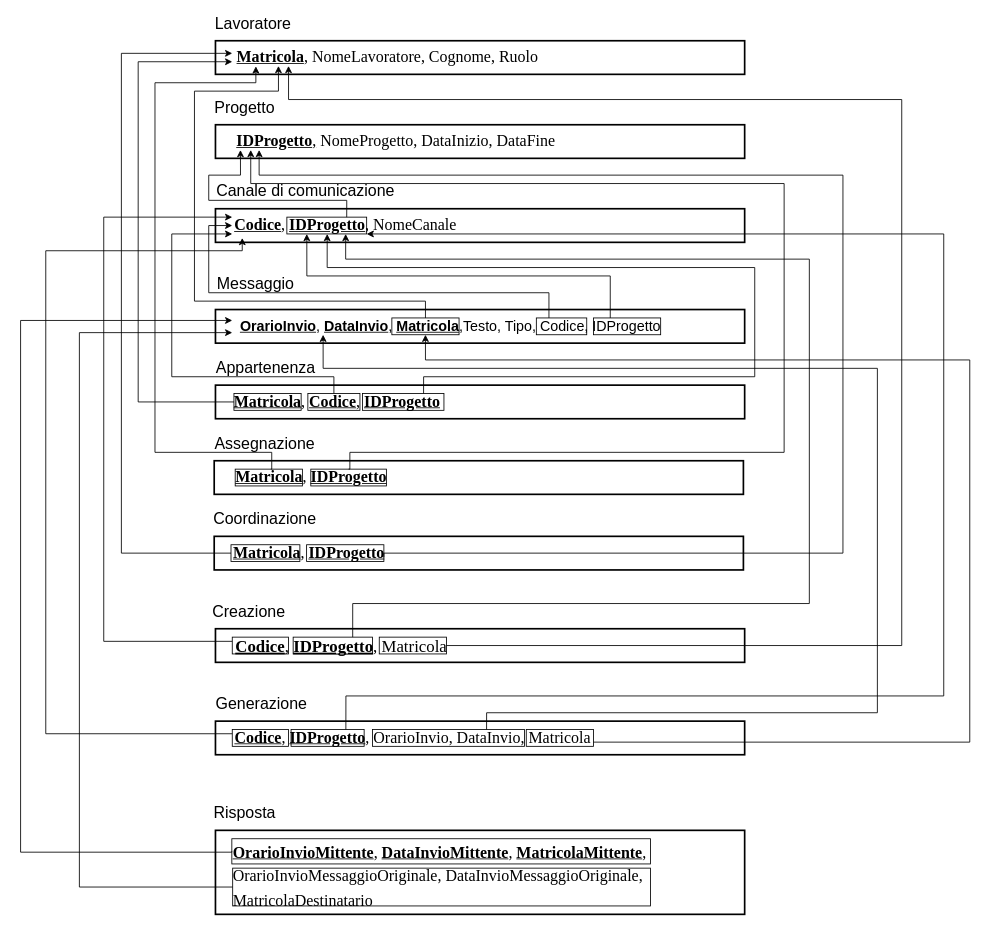
Before: page "Modello relazionale" (8 of 8) of Relazione/Schema ER/scheletro.drawio in martafra/BD-Chat-Multicanale, a draw.io diagram. Source tidied: cells renumbered, new cells numbered last; positions are measured from the earlier drawing's top-left corner, leaving out a move shared by most shapes. Both pictures are drawn from the tidied source at 84%, with x=0, y=0 at pixel (20, 15).
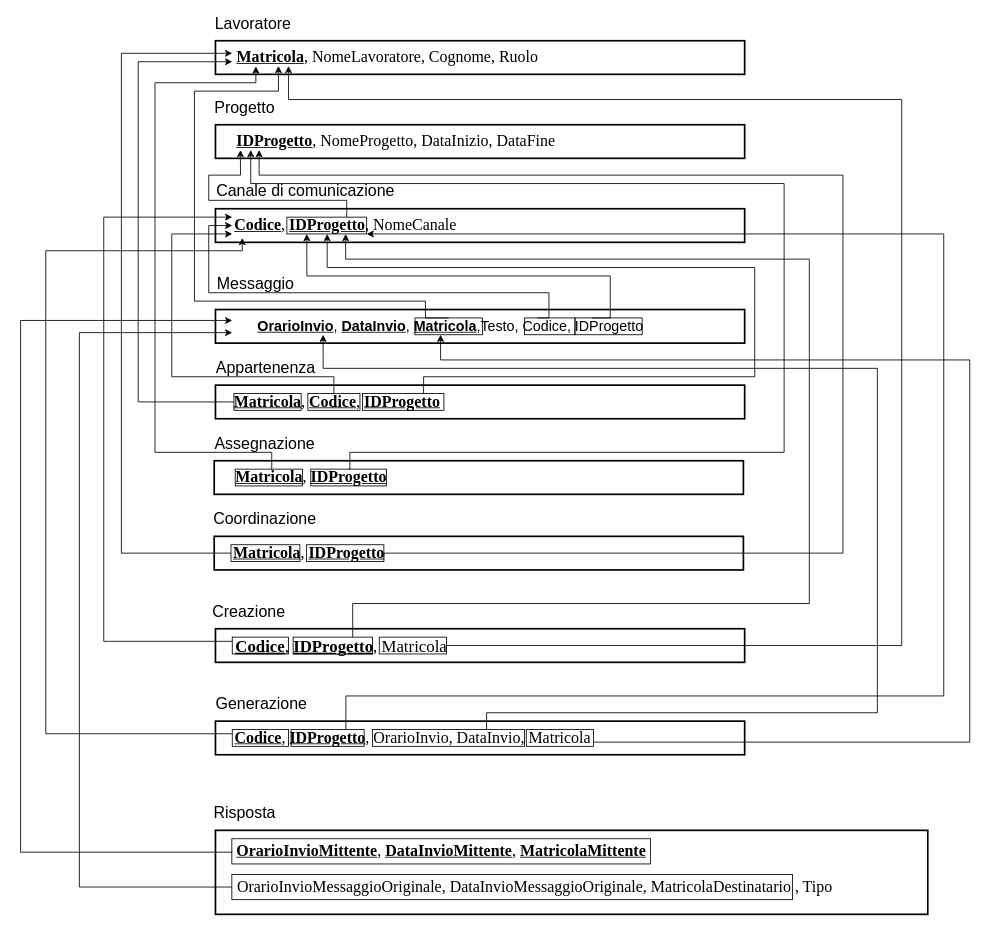
Above is the later version.

The change refers to these unchanged cells:
```xml
<mxCell id="66" style="rounded=0;whiteSpace=wrap;html=1;fillColor=none;fontFamily=Helvetica;fontSize=19;align=left;" parent="1" vertex="1">
  <mxGeometry x="602" y="850" width="80" height="20" as="geometry" />
</mxCell>
```

Diff of the diagram source:
```diff
@@
-    <mxCell id="12" value="&lt;font style=&quot;font-size: 17px&quot;&gt;&lt;u&gt;&lt;span style=&quot;line-height: 150%&quot;&gt;&lt;b&gt;OrarioInvio&lt;/b&gt;&lt;/span&gt;&lt;/u&gt;&lt;span style=&quot;line-height: 150%&quot;&gt;, &lt;u&gt;&lt;b&gt;DataInvio&lt;/b&gt;&lt;/u&gt;, &lt;u&gt;&lt;b&gt;Matricola&lt;/b&gt;&lt;/u&gt;,Testo, Tipo, Codice, IDProgetto&lt;/span&gt;&lt;/font&gt;" style="text;whiteSpace=wrap;html=1;fontSize=18;fontFamily=Helvetica;verticalAlign=middle;align=center;" parent="1" vertex="1">
+    <mxCell id="12" value="&lt;font style=&quot;font-size: 17px&quot;&gt;&lt;u&gt;&lt;span style=&quot;line-height: 150%&quot;&gt;&lt;b&gt;OrarioInvio&lt;/b&gt;&lt;/span&gt;&lt;/u&gt;&lt;span style=&quot;line-height: 150%&quot;&gt;, &lt;u&gt;&lt;b&gt;DataInvio&lt;/b&gt;&lt;/u&gt;, &lt;u&gt;&lt;b&gt;Matricola&lt;/b&gt;&lt;/u&gt;,Testo, Codice, IDProgetto&lt;/span&gt;&lt;/font&gt;" style="text;whiteSpace=wrap;html=1;fontSize=18;fontFamily=Helvetica;verticalAlign=middle;align=center;" parent="1" vertex="1">
       <mxGeometry x="252" y="355" width="520" height="30" as="geometry" />
     </mxCell>
@@
     <mxCell id="31" style="rounded=0;whiteSpace=wrap;html=1;fillColor=none;labelBorderColor=#000000;labelBackgroundColor=none;strokeWidth=2;" parent="1" vertex="1">
-      <mxGeometry x="232" y="970" width="630" height="100" as="geometry" />
+      <mxGeometry x="232" y="970" width="848" height="100" as="geometry" />
     </mxCell>
-    <mxCell id="32" value="&lt;u style=&quot;font-size: 19px&quot;&gt;&lt;span style=&quot;font-size: 19px ; line-height: 150% ; font-family: &amp;quot;times new roman&amp;quot; , serif&quot;&gt;&lt;b&gt;OrarioInvioMittente&lt;/b&gt;&lt;/span&gt;&lt;/u&gt;&lt;span style=&quot;font-size: 19px ; line-height: 150% ; font-family: &amp;quot;times new roman&amp;quot; , serif&quot;&gt;, &lt;u style=&quot;font-size: 19px&quot;&gt;&lt;b&gt;DataInvioMittente&lt;/b&gt;&lt;/u&gt;,&amp;nbsp;&lt;u style=&quot;font-size: 19px&quot;&gt;&lt;b&gt;MatricolaMittente&lt;/b&gt;&lt;/u&gt;, OrarioInvioMessaggioOriginale, DataInvioMessaggioOriginale, MatricolaDestinatario&lt;/span&gt;" style="text;html=1;strokeColor=none;fillColor=none;align=left;verticalAlign=middle;whiteSpace=wrap;rounded=0;fontFamily=Helvetica;fontSize=19;" parent="1" vertex="1">
-      <mxGeometry x="250.5" y="980" width="587" height="90" as="geometry" />
+    <mxCell id="32" value="&lt;span style=&quot;font-size: 19px ; line-height: 150% ; font-family: &amp;#34;times new roman&amp;#34; , serif&quot;&gt;OrarioInvioMessaggioOriginale, DataInvioMessaggioOriginale, MatricolaDestinatario , Tipo&lt;/span&gt;" style="text;html=1;strokeColor=none;fillColor=none;align=left;verticalAlign=middle;whiteSpace=wrap;rounded=0;fontFamily=Helvetica;fontSize=19;" parent="1" vertex="1">
+      <mxGeometry x="255.5" y="1022.5" width="714.5" height="30" as="geometry" />
     </mxCell>
@@
     <mxCell id="37" style="rounded=0;whiteSpace=wrap;html=1;fillColor=none;fontFamily=Helvetica;fontSize=19;align=left;" parent="1" vertex="1">
-      <mxGeometry x="442" y="360" width="80" height="20" as="geometry" />
+      <mxGeometry x="469.5" y="360" width="80.5" height="20" as="geometry" />
     </mxCell>
@@
     <mxCell id="39" style="rounded=0;whiteSpace=wrap;html=1;fillColor=none;fontFamily=Helvetica;fontSize=19;align=left;" parent="1" vertex="1">
-      <mxGeometry x="682" y="360" width="80" height="20" as="geometry" />
+      <mxGeometry x="660" y="360" width="80" height="20" as="geometry" />
     </mxCell>
@@
     <mxCell id="50" style="rounded=0;whiteSpace=wrap;html=1;fillColor=none;fontFamily=Helvetica;fontSize=19;align=left;" parent="1" vertex="1">
-      <mxGeometry x="614" y="360" width="60" height="20" as="geometry" />
+      <mxGeometry x="600" y="360" width="60" height="20" as="geometry" />
     </mxCell>
@@
-    <mxCell id="65" style="edgeStyle=orthogonalEdgeStyle;rounded=0;jettySize=auto;html=1;exitX=1;exitY=0.75;exitDx=0;exitDy=0;entryX=0.5;entryY=1;entryDx=0;entryDy=0;fontFamily=Helvetica;fontSize=19;" parent="1" edge="1" source="66" target="37">
+    <mxCell id="65" style="edgeStyle=orthogonalEdgeStyle;rounded=0;jettySize=auto;html=1;exitX=1;exitY=0.75;exitDx=0;exitDy=0;fontFamily=Helvetica;fontSize=19;" parent="1" edge="1" source="66" target="37">
       <mxGeometry relative="1" as="geometry">
         <Array as="points">
           <mxPoint x="1130" y="865" />
           <mxPoint x="1130" y="410" />
-          <mxPoint x="482" y="410" />
+          <mxPoint x="500" y="410" />
         </Array>
       </mxGeometry>
     </mxCell>
@@
     <mxCell id="69" style="rounded=0;whiteSpace=wrap;html=1;fillColor=none;fontFamily=Helvetica;fontSize=19;align=left;" parent="1" vertex="1">
-      <mxGeometry x="252.5" y="1015" width="497.5" height="45" as="geometry" />
+      <mxGeometry x="251.5" y="1022.5" width="667.5" height="30" as="geometry" />
     </mxCell>
@@
+    <mxCell id="72" value="&lt;u style=&quot;font-size: 19px ; text-align: left&quot;&gt;&lt;span style=&quot;line-height: 28.5px ; font-family: &amp;#34;times new roman&amp;#34; , serif&quot;&gt;&lt;b&gt;OrarioInvioMittente&lt;/b&gt;&lt;/span&gt;&lt;/u&gt;&lt;span style=&quot;font-size: 19px ; text-align: left ; line-height: 28.5px ; font-family: &amp;#34;times new roman&amp;#34; , serif&quot;&gt;,&amp;nbsp;&lt;u&gt;&lt;b&gt;DataInvioMittente&lt;/b&gt;&lt;/u&gt;,&amp;nbsp;&lt;u&gt;&lt;b&gt;MatricolaMittente&lt;/b&gt;&lt;/u&gt;&lt;/span&gt;" style="text;html=1;strokeColor=none;fillColor=none;align=center;verticalAlign=middle;whiteSpace=wrap;rounded=0;" parent="1" vertex="1">
+      <mxGeometry x="255.5" y="985" width="490" height="20" as="geometry" />
+    </mxCell>
```
